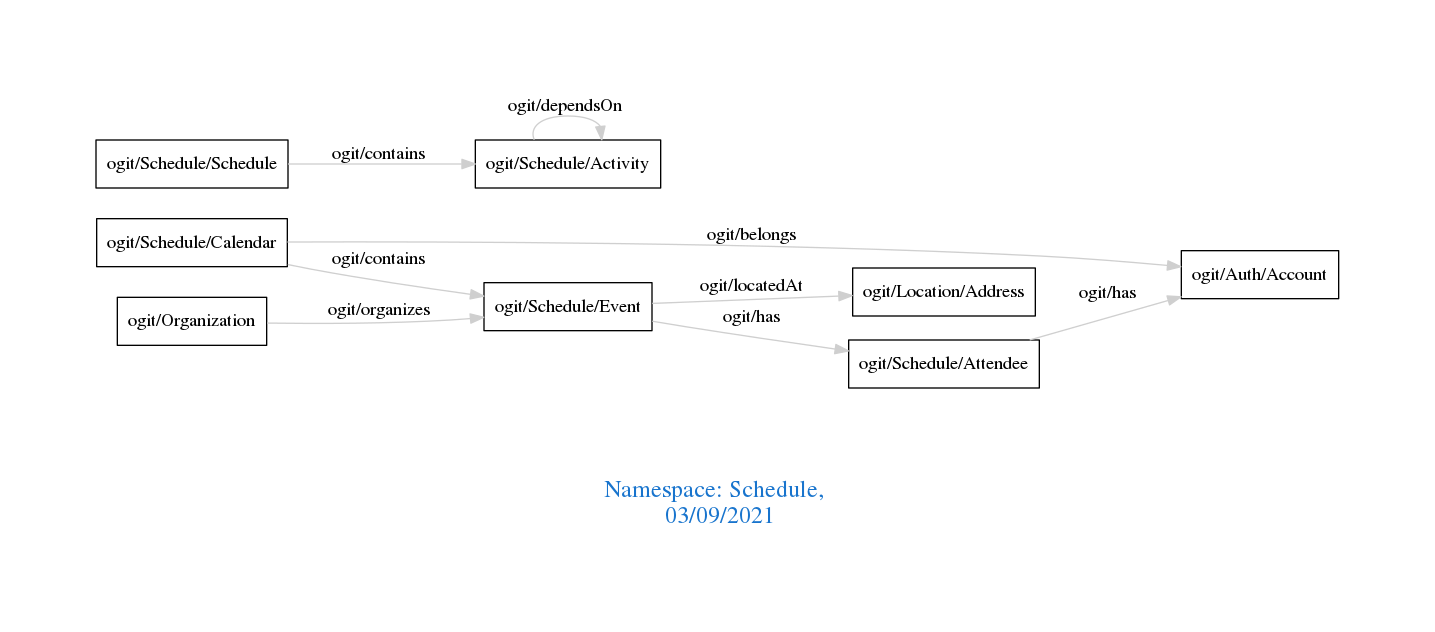
arago/OGIT keeps this Graphviz diagram as downloads/Schedule.png. Above is the earlier version. Its source is kept beside it as downloads/Schedule.dot.
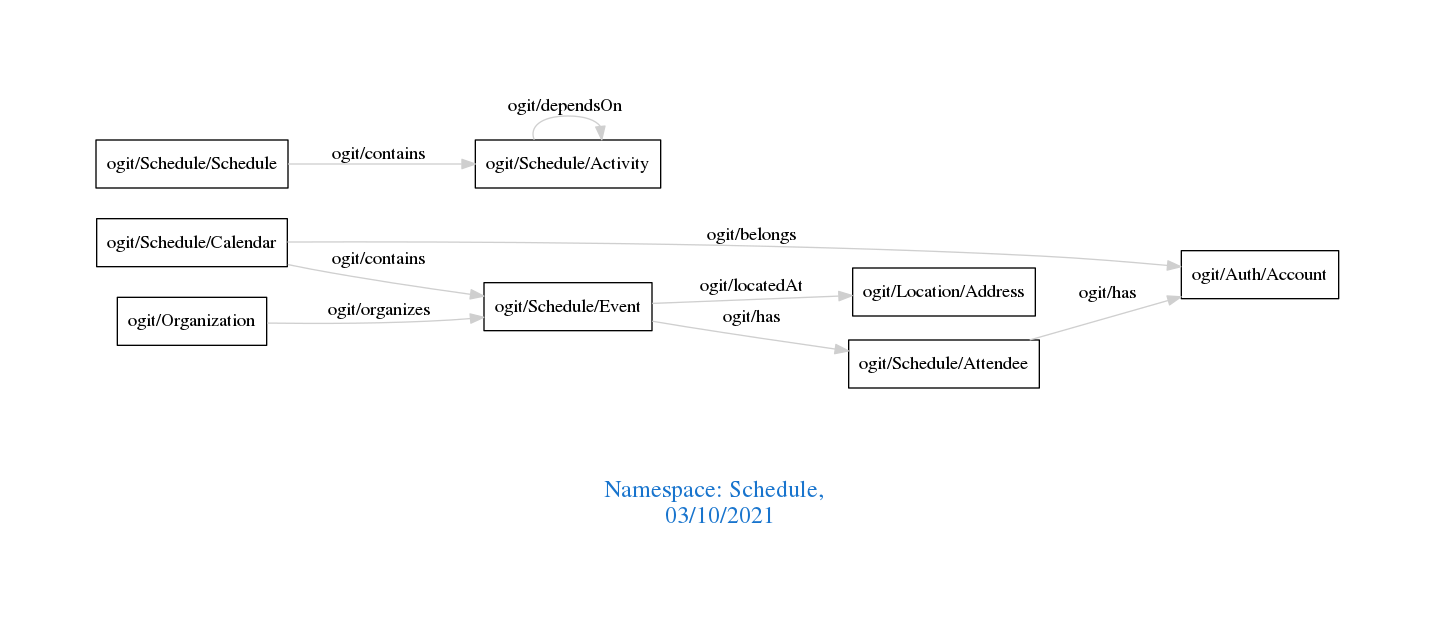
After the change.

The edit, as a diff of the source:
```diff
@@ -1,7 +1,7 @@
 digraph OGIT_ontology {
  graph [ rankdir= LR,pad=1
 fontsize = 18,
-fontcolor= dodgerblue3,label = "\n\n\nNamespace: Schedule, \n 03/09/2021"];
+fontcolor= dodgerblue3,label = "\n\n\nNamespace: Schedule, \n 03/10/2021"];
 node[shape=polygon];
 edge [  color="gray81"];
 
```
